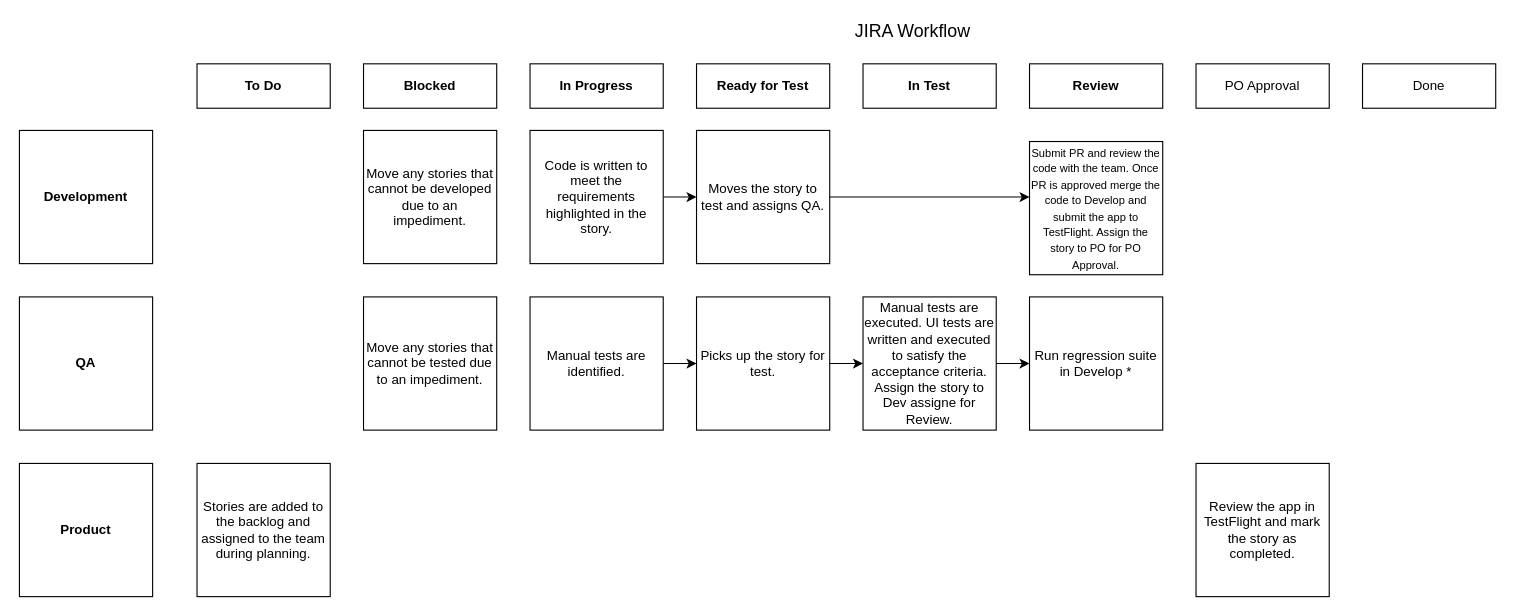
Above: Untitled Diagram.drawio in mohandin/hello-world (draw.io), before the change. Source tidied: cells renumbered, new cells numbered last; positions are measured from the earlier drawing's top-left corner, leaving out a move shared by most shapes. Both pictures are drawn from the tidied source at 111%, with x=0, y=0 at pixel (19, 19).
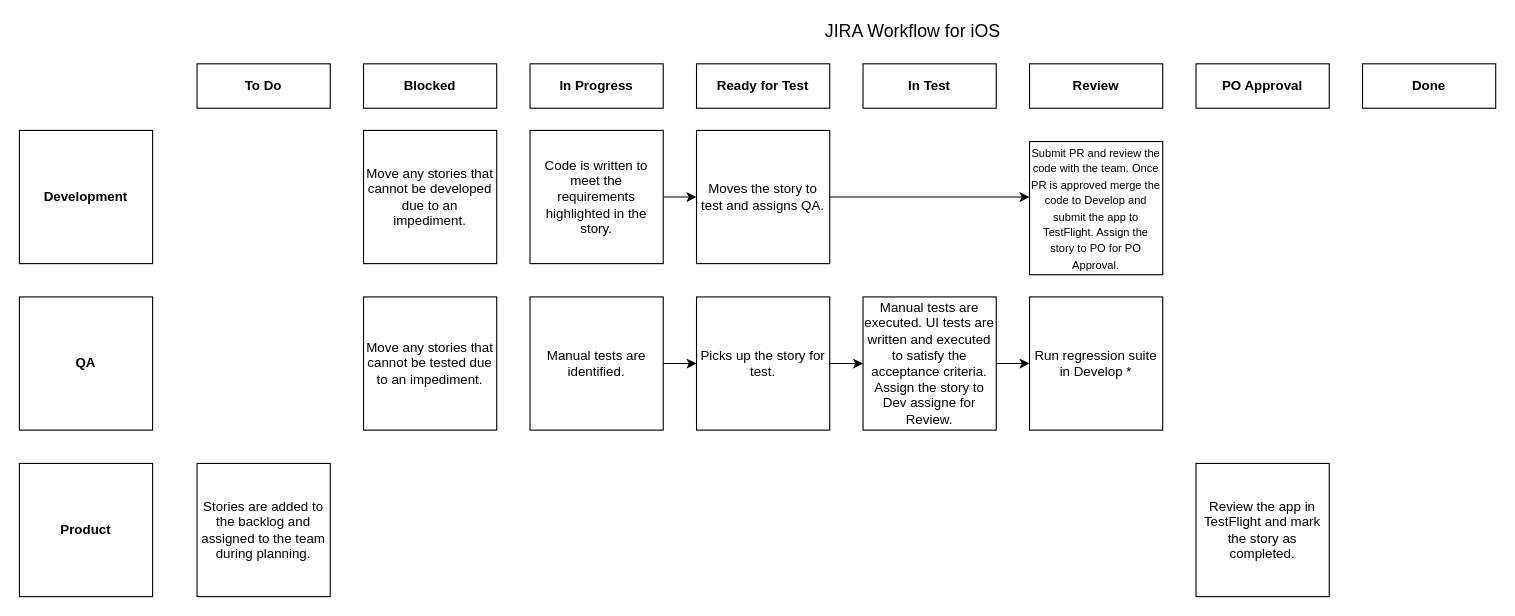
The same diagram, later.

Change to the diagram source:
```diff
@@
-    <mxCell id="8" value="PO Approval" style="rounded=0;whiteSpace=wrap;html=1;" parent="1" vertex="1">
+    <mxCell id="8" value="PO Approval" style="rounded=0;whiteSpace=wrap;html=1;fontStyle=1;" parent="1" vertex="1">
       <mxGeometry x="1060" y="40" width="120" height="40" as="geometry" />
     </mxCell>
-    <mxCell id="9" value="Done" style="rounded=0;whiteSpace=wrap;html=1;" parent="1" vertex="1">
+    <mxCell id="9" value="Done" style="rounded=0;whiteSpace=wrap;html=1;fontStyle=1;" parent="1" vertex="1">
       <mxGeometry x="1210" y="40" width="120" height="40" as="geometry" />
     </mxCell>
@@
-    <mxCell id="25" value="&lt;font style=&quot;font-size: 16px&quot;&gt;JIRA Workflow&lt;/font&gt;" style="text;html=1;strokeColor=none;fillColor=none;align=center;verticalAlign=middle;whiteSpace=wrap;rounded=0;" parent="1" vertex="1">
+    <mxCell id="25" value="&lt;font style=&quot;font-size: 16px&quot;&gt;JIRA Workflow for iOS&lt;/font&gt;" style="text;html=1;strokeColor=none;fillColor=none;align=center;verticalAlign=middle;whiteSpace=wrap;rounded=0;" parent="1" vertex="1">
       <mxGeometry x="710" width="190" height="20" as="geometry" />
     </mxCell>
```
